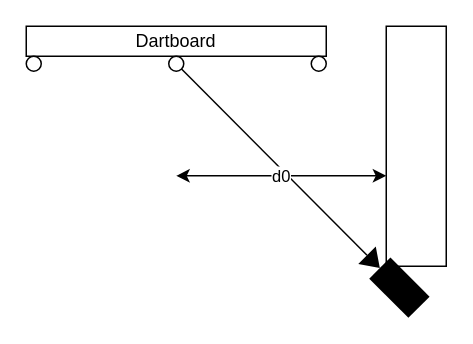
Earlier version of the draw.io diagram page "Dartboard Setup" (7 of 8) of documentation/imaging-system/Imaging_System_Schematics.drawio (kparlak/dart-scoring-system). Source tidied: cells renumbered, new cells numbered last; positions are measured from the earlier drawing's top-left corner, leaving out a move shared by most shapes. Both pictures are drawn from the tidied source at 150%, with x=0, y=0 at pixel (26, 26).
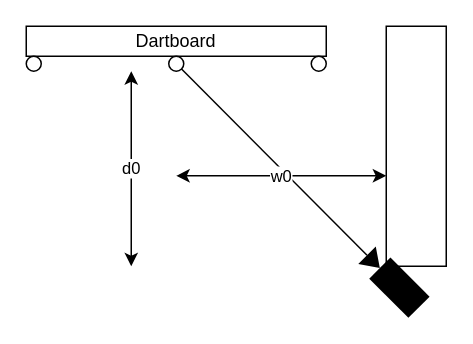
The same page after the edit.

The edit, as a diff of the source:
```diff
@@
 <mxGraphModel>
   <root>
     <mxCell id="0" />
     <mxCell id="1" parent="0" />
     <mxCell id="2" value="Dartboard" style="rounded=0;whiteSpace=wrap;html=1;" parent="1" vertex="1">
       <mxGeometry width="200" height="20" as="geometry" />
     </mxCell>
     <mxCell id="3" style="rounded=0;whiteSpace=wrap;html=1;" parent="1" vertex="1">
       <mxGeometry x="240" width="40" height="160" as="geometry" />
     </mxCell>
     <mxCell id="4" style="shape=mxgraph.signs.tech.video_camera;html=1;fillColor=#000000;strokeColor=none;verticalLabelPosition=bottom;verticalAlign=top;align=center;rotation=-135;" parent="1" vertex="1">
       <mxGeometry x="220" y="160" width="49" height="20" as="geometry" />
     </mxCell>
     <mxCell id="5" style="ellipse;whiteSpace=wrap;html=1;" parent="1" vertex="1">
       <mxGeometry x="95" y="20" width="10" height="10" as="geometry" />
     </mxCell>
     <mxCell id="6" style="endArrow=none;html=1;strokeColor=#000000;entryX=1;entryY=1;entryDx=0;entryDy=0;exitX=1;exitY=0.5;exitDx=0;exitDy=0;exitPerimeter=0;" parent="1" edge="1" source="4" target="5">
       <mxGeometry relative="1" as="geometry" />
     </mxCell>
     <mxCell id="7" style="ellipse;whiteSpace=wrap;html=1;" parent="1" vertex="1">
       <mxGeometry x="190" y="20" width="10" height="10" as="geometry" />
     </mxCell>
     <mxCell id="8" style="ellipse;whiteSpace=wrap;html=1;" parent="1" vertex="1">
       <mxGeometry y="20" width="10" height="10" as="geometry" />
     </mxCell>
-    <mxCell id="9" value="d0" style="endArrow=classic;startArrow=classic;html=1;strokeColor=#000000;entryX=0;entryY=0.5;entryDx=0;entryDy=0;exitX=0.5;exitY=0;exitDx=0;exitDy=0;" parent="1" edge="1">
+    <mxCell id="9" value="w0" style="endArrow=classic;startArrow=classic;html=1;strokeColor=#000000;entryX=0;entryY=0.5;entryDx=0;entryDy=0;exitX=0.5;exitY=0;exitDx=0;exitDy=0;" parent="1" edge="1">
       <mxGeometry relative="1" as="geometry">
         <mxPoint x="100" y="99.7" as="sourcePoint" />
         <mxPoint x="240" y="99.7" as="targetPoint" />
       </mxGeometry>
     </mxCell>
+    <mxCell id="10" value="d0" style="endArrow=classic;startArrow=classic;html=1;strokeColor=#000000;" parent="1" edge="1">
+      <mxGeometry relative="1" as="geometry">
+        <mxPoint x="70" y="30" as="sourcePoint" />
+        <mxPoint x="70" y="160" as="targetPoint" />
+      </mxGeometry>
+    </mxCell>
   </root>
 </mxGraphModel>
```
